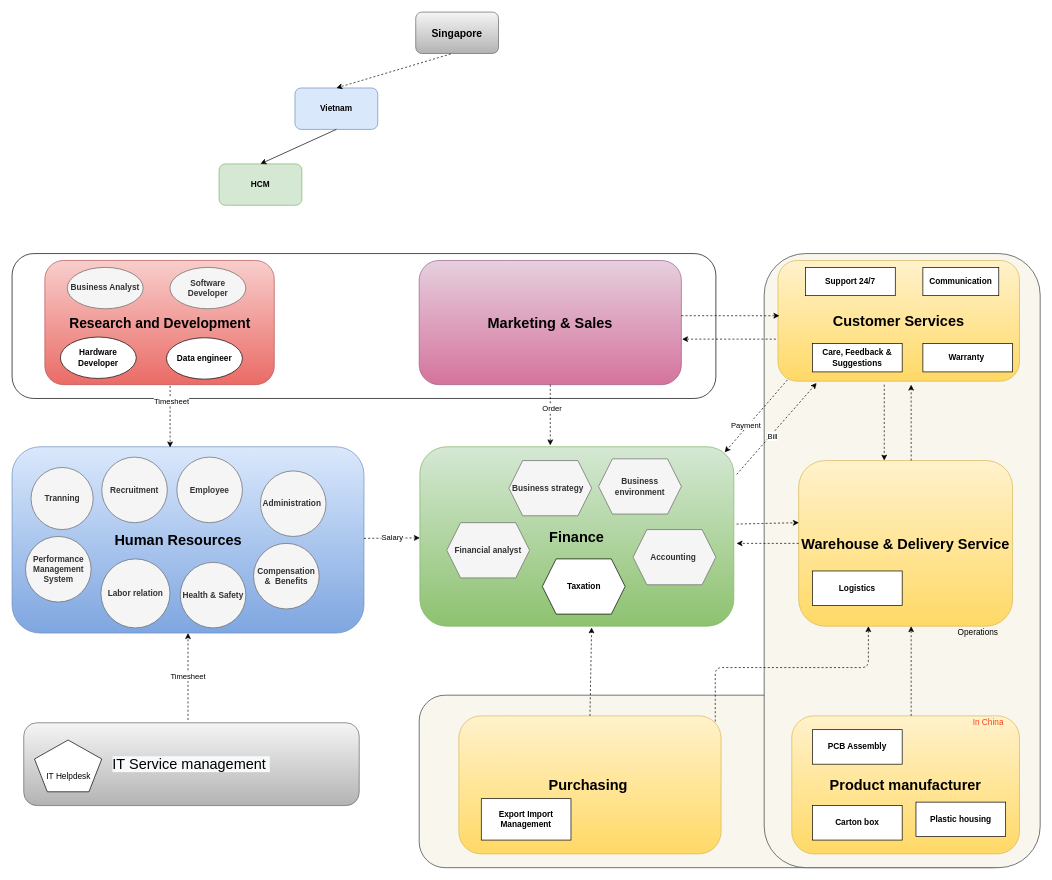
Above: page "Org_Chart" (1 of 13) of 04_docs/Department_Organizational_chart.drawio in letrthong/business (draw.io), before the change. Source tidied: cells renumbered, new cells numbered last; positions are measured from the earlier drawing's top-left corner, leaving out a move shared by most shapes. Both pictures are drawn from the tidied source at 69%, with x=0, y=0 at pixel (12, 12).
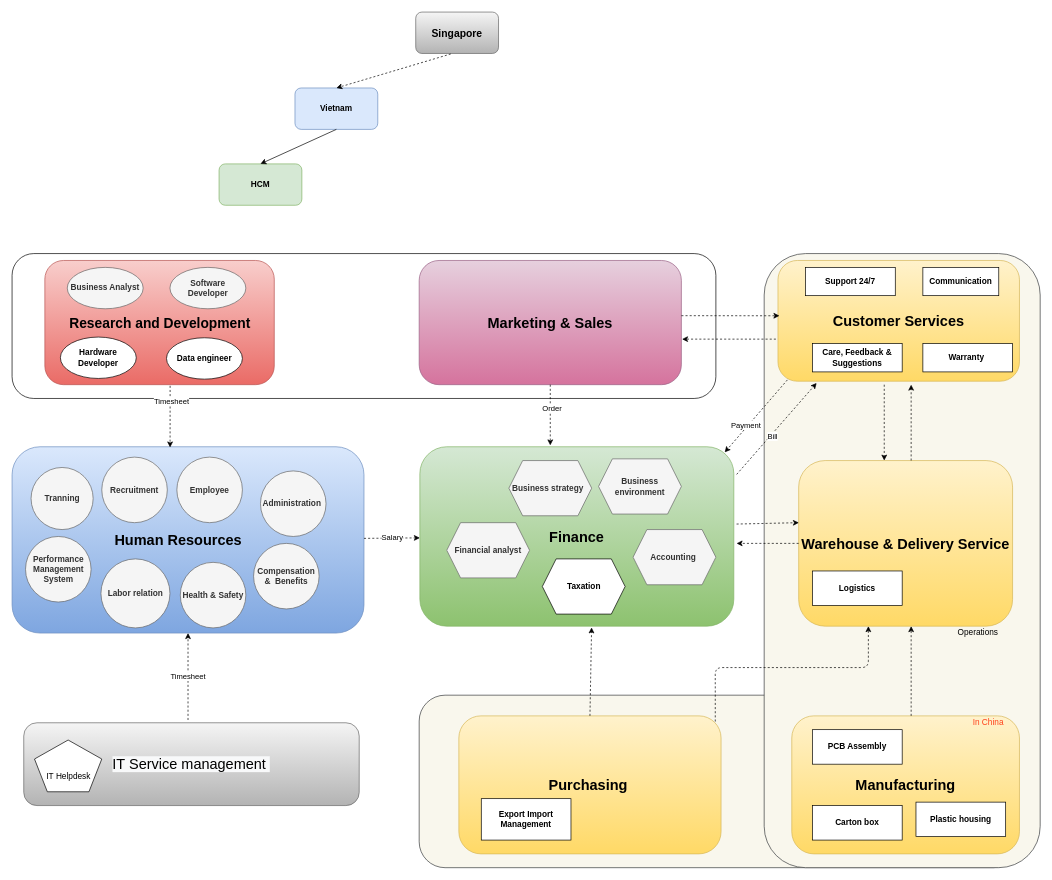
Above is the later version.

The edit, as a diff of the source:
```diff
@@
-    <mxCell id="5" value="&lt;span&gt;&lt;b&gt;&lt;font style=&quot;font-size: 21px&quot;&gt;Product manufacturer&lt;/font&gt;&lt;/b&gt;&lt;/span&gt;" style="rounded=1;whiteSpace=wrap;html=1;gradientColor=#ffd966;fillColor=#fff2cc;strokeColor=#d6b656;arcSize=16;" parent="1" vertex="1">
+    <mxCell id="5" value="&lt;span&gt;&lt;b&gt;&lt;font style=&quot;font-size: 21px&quot;&gt;Manufacturing&lt;/font&gt;&lt;/b&gt;&lt;/span&gt;" style="rounded=1;whiteSpace=wrap;html=1;gradientColor=#ffd966;fillColor=#fff2cc;strokeColor=#d6b656;arcSize=16;" parent="1" vertex="1">
       <mxGeometry x="1130" y="1020" width="330" height="200" as="geometry" />
     </mxCell>
```
